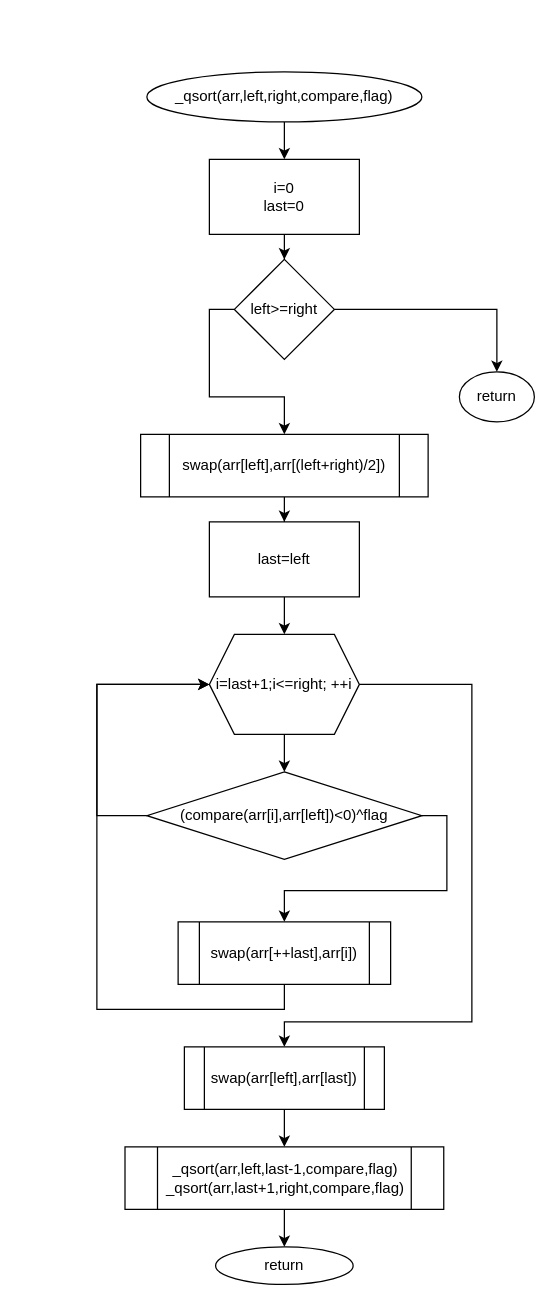
Above: page "_qsort" (3 of 7) of lab5.drawio in Alvald1/draw.io (draw.io), before the change. Source tidied: cells renumbered, new cells numbered last; positions are measured from the earlier drawing's top-left corner, leaving out a move shared by most shapes. Both pictures are drawn from the tidied source at 125%, with x=0, y=0 at pixel (96, 71).
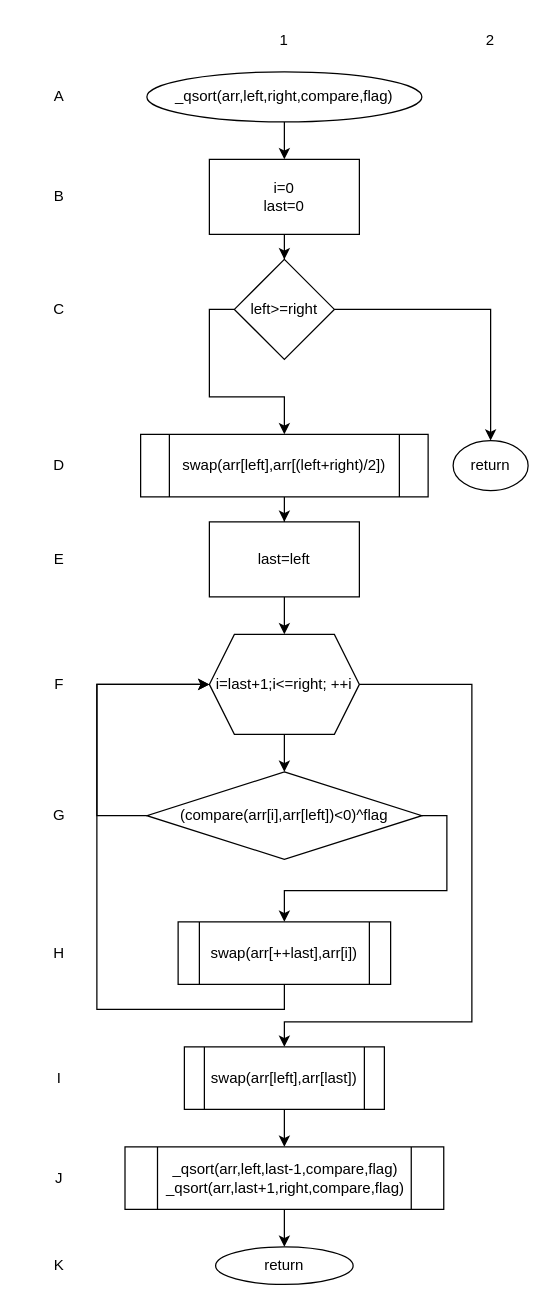
After the change.

Change to the diagram source:
```diff
@@
     <mxCell id="9" value="return" style="ellipse;whiteSpace=wrap;html=1;" parent="1" vertex="1">
-      <mxGeometry x="290" y="240" width="60" height="40" as="geometry" />
+      <mxGeometry x="285" y="295" width="60" height="40" as="geometry" />
     </mxCell>
@@
+    <mxCell id="27" value="A" style="text;html=1;strokeColor=none;fillColor=none;align=center;verticalAlign=middle;whiteSpace=wrap;rounded=0;" parent="1" vertex="1">
+      <mxGeometry x="-60" y="5" width="60" height="30" as="geometry" />
+    </mxCell>
+    <mxCell id="28" value="B" style="text;html=1;strokeColor=none;fillColor=none;align=center;verticalAlign=middle;whiteSpace=wrap;rounded=0;" parent="1" vertex="1">
+      <mxGeometry x="-60" y="85" width="60" height="30" as="geometry" />
+    </mxCell>
+    <mxCell id="29" value="C" style="text;html=1;strokeColor=none;fillColor=none;align=center;verticalAlign=middle;whiteSpace=wrap;rounded=0;" parent="1" vertex="1">
+      <mxGeometry x="-60" y="175" width="60" height="30" as="geometry" />
+    </mxCell>
+    <mxCell id="30" value="D" style="text;html=1;strokeColor=none;fillColor=none;align=center;verticalAlign=middle;whiteSpace=wrap;rounded=0;" parent="1" vertex="1">
+      <mxGeometry x="-60" y="300" width="60" height="30" as="geometry" />
+    </mxCell>
+    <mxCell id="31" value="E" style="text;html=1;strokeColor=none;fillColor=none;align=center;verticalAlign=middle;whiteSpace=wrap;rounded=0;" parent="1" vertex="1">
+      <mxGeometry x="-60" y="375" width="60" height="30" as="geometry" />
+    </mxCell>
+    <mxCell id="32" value="F" style="text;html=1;strokeColor=none;fillColor=none;align=center;verticalAlign=middle;whiteSpace=wrap;rounded=0;" parent="1" vertex="1">
+      <mxGeometry x="-60" y="475" width="60" height="30" as="geometry" />
+    </mxCell>
+    <mxCell id="33" value="G" style="text;html=1;strokeColor=none;fillColor=none;align=center;verticalAlign=middle;whiteSpace=wrap;rounded=0;" parent="1" vertex="1">
+      <mxGeometry x="-60" y="580" width="60" height="30" as="geometry" />
+    </mxCell>
+    <mxCell id="34" value="H" style="text;html=1;strokeColor=none;fillColor=none;align=center;verticalAlign=middle;whiteSpace=wrap;rounded=0;" parent="1" vertex="1">
+      <mxGeometry x="-60" y="690" width="60" height="30" as="geometry" />
+    </mxCell>
+    <mxCell id="35" value="I" style="text;html=1;strokeColor=none;fillColor=none;align=center;verticalAlign=middle;whiteSpace=wrap;rounded=0;" parent="1" vertex="1">
+      <mxGeometry x="-60" y="790" width="60" height="30" as="geometry" />
+    </mxCell>
+    <mxCell id="36" value="J" style="text;html=1;strokeColor=none;fillColor=none;align=center;verticalAlign=middle;whiteSpace=wrap;rounded=0;" parent="1" vertex="1">
+      <mxGeometry x="-60" y="870" width="60" height="30" as="geometry" />
+    </mxCell>
+    <mxCell id="37" value="K" style="text;html=1;strokeColor=none;fillColor=none;align=center;verticalAlign=middle;whiteSpace=wrap;rounded=0;" parent="1" vertex="1">
+      <mxGeometry x="-60" y="940" width="60" height="30" as="geometry" />
+    </mxCell>
+    <mxCell id="38" value="1" style="text;html=1;strokeColor=none;fillColor=none;align=center;verticalAlign=middle;whiteSpace=wrap;rounded=0;" parent="1" vertex="1">
+      <mxGeometry x="120" y="-40" width="60" height="30" as="geometry" />
+    </mxCell>
+    <mxCell id="39" value="2" style="text;html=1;strokeColor=none;fillColor=none;align=center;verticalAlign=middle;whiteSpace=wrap;rounded=0;" parent="1" vertex="1">
+      <mxGeometry x="285" y="-40" width="60" height="30" as="geometry" />
+    </mxCell>
```
